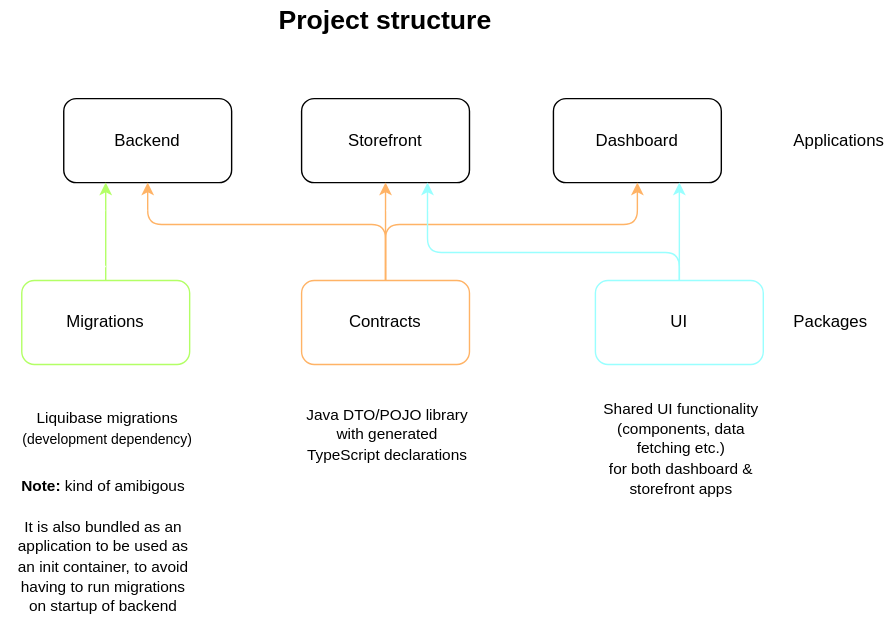
The draw.io diagram docs/diagrams/project-structure.drawio.svg in thedatasnok/webshop, before a commit. Source tidied: cells renumbered, new cells last; positions are measured from the earlier drawing's top-left corner, leaving out a move shared by most shapes. Its diagram source:
```xml
<mxGraphModel>
  <root>
    <mxCell id="0" />
    <mxCell id="1" parent="0" />
    <mxCell id="2" value="Backend" style="rounded=1;whiteSpace=wrap;html=1;" parent="1" vertex="1">
      <mxGeometry x="45" y="70" width="120" height="60" as="geometry" />
    </mxCell>
    <mxCell id="3" value="Storefront" style="rounded=1;whiteSpace=wrap;html=1;" parent="1" vertex="1">
      <mxGeometry x="215" y="70" width="120" height="60" as="geometry" />
    </mxCell>
    <mxCell id="4" value="Dashboard" style="rounded=1;whiteSpace=wrap;html=1;" parent="1" vertex="1">
      <mxGeometry x="395" y="70" width="120" height="60" as="geometry" />
    </mxCell>
    <mxCell id="5" style="edgeStyle=none;html=1;entryX=0.25;entryY=1;entryDx=0;entryDy=0;strokeColor=#B3FF66;fontColor=default;exitX=0.5;exitY=0;exitDx=0;exitDy=0;" parent="1" edge="1" source="6" target="2">
      <mxGeometry relative="1" as="geometry" />
    </mxCell>
    <mxCell id="6" value="Migrations" style="rounded=1;whiteSpace=wrap;html=1;strokeColor=#B3FF66;" parent="1" vertex="1">
      <mxGeometry x="15" y="200" width="120" height="60" as="geometry" />
    </mxCell>
    <mxCell id="7" style="edgeStyle=none;html=1;entryX=0.5;entryY=1;entryDx=0;entryDy=0;fontColor=default;strokeColor=#FFB366;" parent="1" edge="1" source="10" target="2">
      <mxGeometry relative="1" as="geometry">
        <Array as="points">
          <mxPoint x="275" y="160" />
          <mxPoint x="105" y="160" />
        </Array>
      </mxGeometry>
    </mxCell>
    <mxCell id="8" style="edgeStyle=none;html=1;entryX=0.5;entryY=1;entryDx=0;entryDy=0;fontColor=default;strokeColor=#FFB366;" parent="1" edge="1" source="10" target="4">
      <mxGeometry relative="1" as="geometry">
        <Array as="points">
          <mxPoint x="275" y="160" />
          <mxPoint x="455" y="160" />
        </Array>
      </mxGeometry>
    </mxCell>
    <mxCell id="9" style="edgeStyle=none;html=1;entryX=0.5;entryY=1;entryDx=0;entryDy=0;fontColor=default;strokeColor=#FFB366;" parent="1" edge="1" source="10" target="3">
      <mxGeometry relative="1" as="geometry" />
    </mxCell>
    <mxCell id="10" value="Contracts" style="rounded=1;whiteSpace=wrap;html=1;strokeColor=#FFB366;" parent="1" vertex="1">
      <mxGeometry x="215" y="200" width="120" height="60" as="geometry" />
    </mxCell>
    <mxCell id="11" style="edgeStyle=none;html=1;entryX=0.75;entryY=1;entryDx=0;entryDy=0;strokeColor=#99FFFF;fontColor=default;" parent="1" edge="1" source="13" target="3">
      <mxGeometry relative="1" as="geometry">
        <Array as="points">
          <mxPoint x="485" y="180" />
          <mxPoint x="305" y="180" />
        </Array>
      </mxGeometry>
    </mxCell>
    <mxCell id="12" style="edgeStyle=none;html=1;entryX=0.75;entryY=1;entryDx=0;entryDy=0;strokeColor=#99FFFF;fontColor=default;" parent="1" edge="1" source="13" target="4">
      <mxGeometry relative="1" as="geometry" />
    </mxCell>
    <mxCell id="13" value="UI" style="rounded=1;whiteSpace=wrap;html=1;strokeColor=#99FFFF;" parent="1" vertex="1">
      <mxGeometry x="425" y="200" width="120" height="60" as="geometry" />
    </mxCell>
    <mxCell id="14" value="Applications" style="text;html=1;strokeColor=none;fillColor=none;align=left;verticalAlign=middle;whiteSpace=wrap;rounded=0;" parent="1" vertex="1">
      <mxGeometry x="565" y="85" width="70" height="30" as="geometry" />
    </mxCell>
    <mxCell id="15" value="Packages" style="text;html=1;strokeColor=none;fillColor=none;align=left;verticalAlign=middle;whiteSpace=wrap;rounded=0;" parent="1" vertex="1">
      <mxGeometry x="565" y="215" width="70" height="30" as="geometry" />
    </mxCell>
    <mxCell id="16" value="&lt;font size=&quot;1&quot; style=&quot;&quot;&gt;&lt;b style=&quot;font-size: 19px;&quot;&gt;Project structure&lt;/b&gt;&lt;/font&gt;" style="text;html=1;strokeColor=none;fillColor=none;align=center;verticalAlign=middle;whiteSpace=wrap;rounded=0;fontColor=default;" parent="1" vertex="1">
      <mxGeometry x="195" width="160" height="30" as="geometry" />
    </mxCell>
    <mxCell id="17" value="&lt;font style=&quot;font-size: 11px;&quot;&gt;Shared UI functionality (components, data fetching etc.) &lt;br&gt;for both dashboard &amp;amp; storefront apps&lt;/font&gt;" style="text;html=1;strokeColor=none;fillColor=none;align=center;verticalAlign=middle;whiteSpace=wrap;rounded=0;" parent="1" vertex="1">
      <mxGeometry x="423.8" y="280" width="125" height="80" as="geometry" />
    </mxCell>
    <mxCell id="18" value="&lt;font style=&quot;font-size: 11px;&quot;&gt;Java DTO/POJO library with generated TypeScript declarations&lt;/font&gt;" style="text;html=1;strokeColor=none;fillColor=none;align=center;verticalAlign=middle;whiteSpace=wrap;rounded=0;" parent="1" vertex="1">
      <mxGeometry x="213.8" y="280" width="125" height="60" as="geometry" />
    </mxCell>
    <mxCell id="19" value="&lt;span style=&quot;font-size: 11px;&quot;&gt;Liquibase migrations&lt;/span&gt;&lt;br&gt;&lt;font style=&quot;font-size: 10px;&quot;&gt;(development dependency)&lt;/font&gt;" style="text;html=1;strokeColor=none;fillColor=none;align=center;verticalAlign=middle;whiteSpace=wrap;rounded=0;" parent="1" vertex="1">
      <mxGeometry x="13.8" y="290" width="125" height="30" as="geometry" />
    </mxCell>
    <mxCell id="20" value="&lt;font style=&quot;font-size: 11px;&quot;&gt;&lt;b&gt;Note:&lt;/b&gt;&amp;nbsp;kind of amibigous &lt;br&gt;&lt;br&gt;It is also bundled as an application to be used as an init container, to avoid having to run migrations on startup of backend&lt;br&gt;&lt;/font&gt;" style="text;html=1;strokeColor=none;fillColor=none;align=center;verticalAlign=middle;whiteSpace=wrap;rounded=0;" parent="1" vertex="1">
      <mxGeometry x="11.2" y="340" width="125" height="100" as="geometry" />
    </mxCell>
    <mxCell id="21" style="rounded=1;whiteSpace=wrap;html=1;strokeColor=#FFFFFF;fontSize=19;fontColor=default;fillColor=none;dashed=1;" parent="1" vertex="1">
      <mxGeometry y="190" width="560" height="80" as="geometry" />
    </mxCell>
    <mxCell id="22" style="rounded=1;whiteSpace=wrap;html=1;strokeColor=#FFFFFF;fontSize=19;fontColor=default;fillColor=none;dashed=1;" parent="1" vertex="1">
      <mxGeometry y="60" width="560" height="90" as="geometry" />
    </mxCell>
  </root>
</mxGraphModel>
```
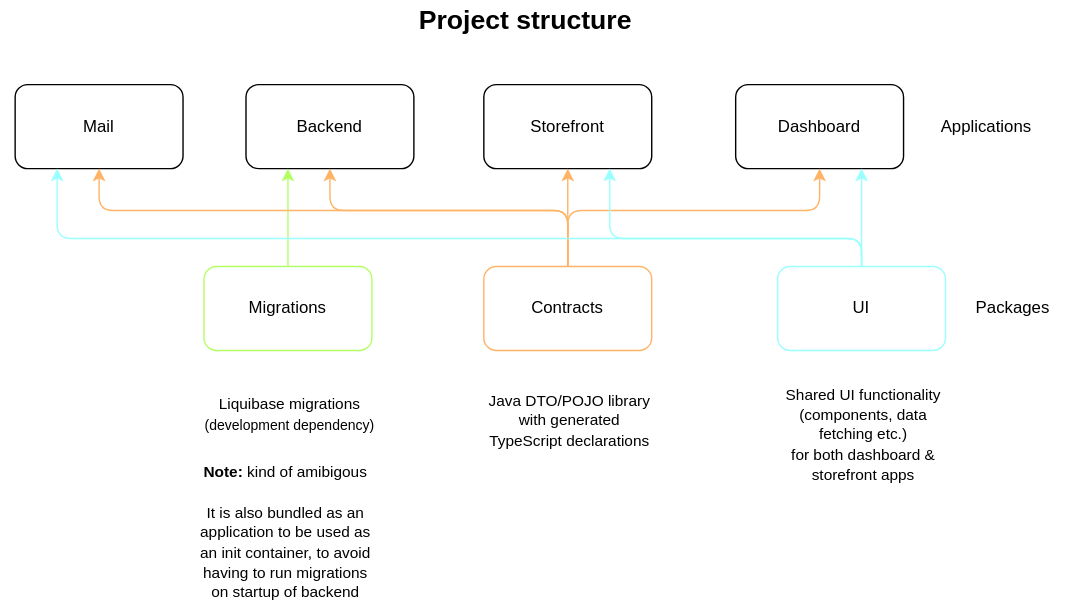
Above is the later version.

Commit message:
docs: update project structure to include mail app

The edit, as a diff of the source:
```diff
@@ -2,6 +2,12 @@
   <root>
     <mxCell id="0" />
     <mxCell id="1" parent="0" />
+    <mxCell id="21" style="rounded=1;whiteSpace=wrap;html=1;strokeColor=#FFFFFF;fontSize=19;fontColor=default;fillColor=none;dashed=1;" parent="1" vertex="1">
+      <mxGeometry y="190" width="560" height="80" as="geometry" />
+    </mxCell>
+    <mxCell id="22" style="rounded=1;whiteSpace=wrap;html=1;strokeColor=#FFFFFF;fontSize=19;fontColor=default;fillColor=none;dashed=1;" parent="1" vertex="1">
+      <mxGeometry x="-130" y="60" width="660" height="90" as="geometry" />
+    </mxCell>
     <mxCell id="2" value="Backend" style="rounded=1;whiteSpace=wrap;html=1;" parent="1" vertex="1">
       <mxGeometry x="45" y="70" width="120" height="60" as="geometry" />
     </mxCell>
@@ -54,13 +60,13 @@
       <mxGeometry x="425" y="200" width="120" height="60" as="geometry" />
     </mxCell>
     <mxCell id="14" value="Applications" style="text;html=1;strokeColor=none;fillColor=none;align=left;verticalAlign=middle;whiteSpace=wrap;rounded=0;" parent="1" vertex="1">
-      <mxGeometry x="565" y="85" width="70" height="30" as="geometry" />
+      <mxGeometry x="540" y="85" width="70" height="30" as="geometry" />
     </mxCell>
     <mxCell id="15" value="Packages" style="text;html=1;strokeColor=none;fillColor=none;align=left;verticalAlign=middle;whiteSpace=wrap;rounded=0;" parent="1" vertex="1">
       <mxGeometry x="565" y="215" width="70" height="30" as="geometry" />
     </mxCell>
     <mxCell id="16" value="&lt;font size=&quot;1&quot; style=&quot;&quot;&gt;&lt;b style=&quot;font-size: 19px;&quot;&gt;Project structure&lt;/b&gt;&lt;/font&gt;" style="text;html=1;strokeColor=none;fillColor=none;align=center;verticalAlign=middle;whiteSpace=wrap;rounded=0;fontColor=default;" parent="1" vertex="1">
-      <mxGeometry x="195" width="160" height="30" as="geometry" />
+      <mxGeometry x="165" y="10" width="160" height="30" as="geometry" />
     </mxCell>
     <mxCell id="17" value="&lt;font style=&quot;font-size: 11px;&quot;&gt;Shared UI functionality (components, data fetching etc.) &lt;br&gt;for both dashboard &amp;amp; storefront apps&lt;/font&gt;" style="text;html=1;strokeColor=none;fillColor=none;align=center;verticalAlign=middle;whiteSpace=wrap;rounded=0;" parent="1" vertex="1">
       <mxGeometry x="423.8" y="280" width="125" height="80" as="geometry" />
@@ -74,11 +80,24 @@
     <mxCell id="20" value="&lt;font style=&quot;font-size: 11px;&quot;&gt;&lt;b&gt;Note:&lt;/b&gt;&amp;nbsp;kind of amibigous &lt;br&gt;&lt;br&gt;It is also bundled as an application to be used as an init container, to avoid having to run migrations on startup of backend&lt;br&gt;&lt;/font&gt;" style="text;html=1;strokeColor=none;fillColor=none;align=center;verticalAlign=middle;whiteSpace=wrap;rounded=0;" parent="1" vertex="1">
       <mxGeometry x="11.2" y="340" width="125" height="100" as="geometry" />
     </mxCell>
-    <mxCell id="21" style="rounded=1;whiteSpace=wrap;html=1;strokeColor=#FFFFFF;fontSize=19;fontColor=default;fillColor=none;dashed=1;" parent="1" vertex="1">
-      <mxGeometry y="190" width="560" height="80" as="geometry" />
-    </mxCell>
-    <mxCell id="22" style="rounded=1;whiteSpace=wrap;html=1;strokeColor=#FFFFFF;fontSize=19;fontColor=default;fillColor=none;dashed=1;" parent="1" vertex="1">
-      <mxGeometry y="60" width="560" height="90" as="geometry" />
-    </mxCell>
+    <mxCell id="23" value="Mail" style="rounded=1;whiteSpace=wrap;html=1;" parent="1" vertex="1">
+      <mxGeometry x="-120" y="70" width="120" height="60" as="geometry" />
+    </mxCell>
+    <mxCell id="24" style="edgeStyle=none;html=1;entryX=0.5;entryY=1;entryDx=0;entryDy=0;fontColor=default;strokeColor=#FFB366;exitX=0.5;exitY=0;exitDx=0;exitDy=0;" parent="1" edge="1" source="10" target="23">
+      <mxGeometry relative="1" as="geometry">
+        <Array as="points">
+          <mxPoint x="275" y="160" />
+          <mxPoint x="-60" y="160" />
+        </Array>
+      </mxGeometry>
+    </mxCell>
+    <mxCell id="25" style="edgeStyle=none;html=1;entryX=0.25;entryY=1;entryDx=0;entryDy=0;strokeColor=#99FFFF;fontColor=default;exitX=0.5;exitY=0;exitDx=0;exitDy=0;" parent="1" edge="1" source="13" target="23">
+      <mxGeometry relative="1" as="geometry">
+        <Array as="points">
+          <mxPoint x="485" y="180" />
+          <mxPoint x="-90" y="180" />
+        </Array>
+      </mxGeometry>
+    </mxCell>
   </root>
 </mxGraphModel>
```
